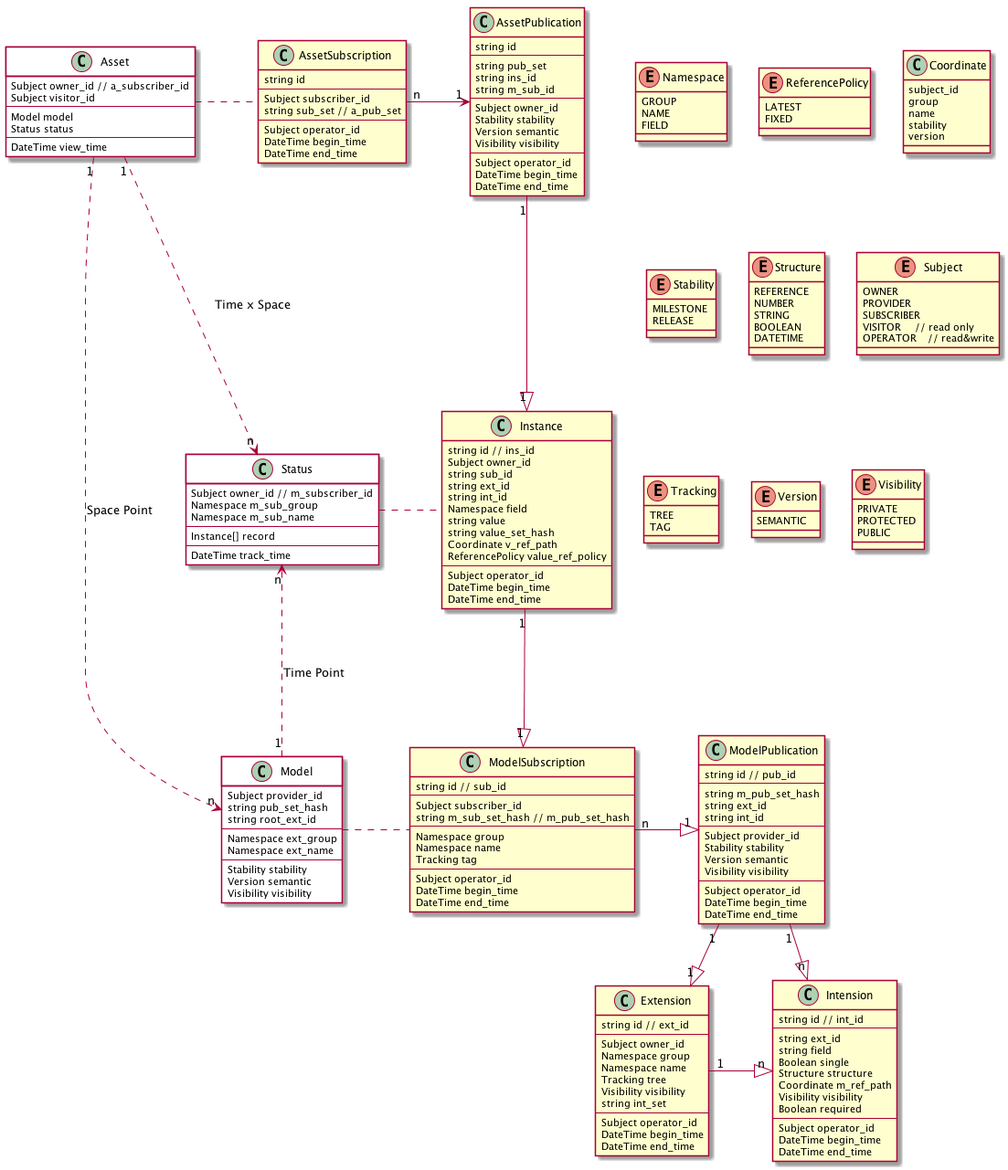
Above: kiimate.png in SINeWang/kiimate (PlantUML), before the change.
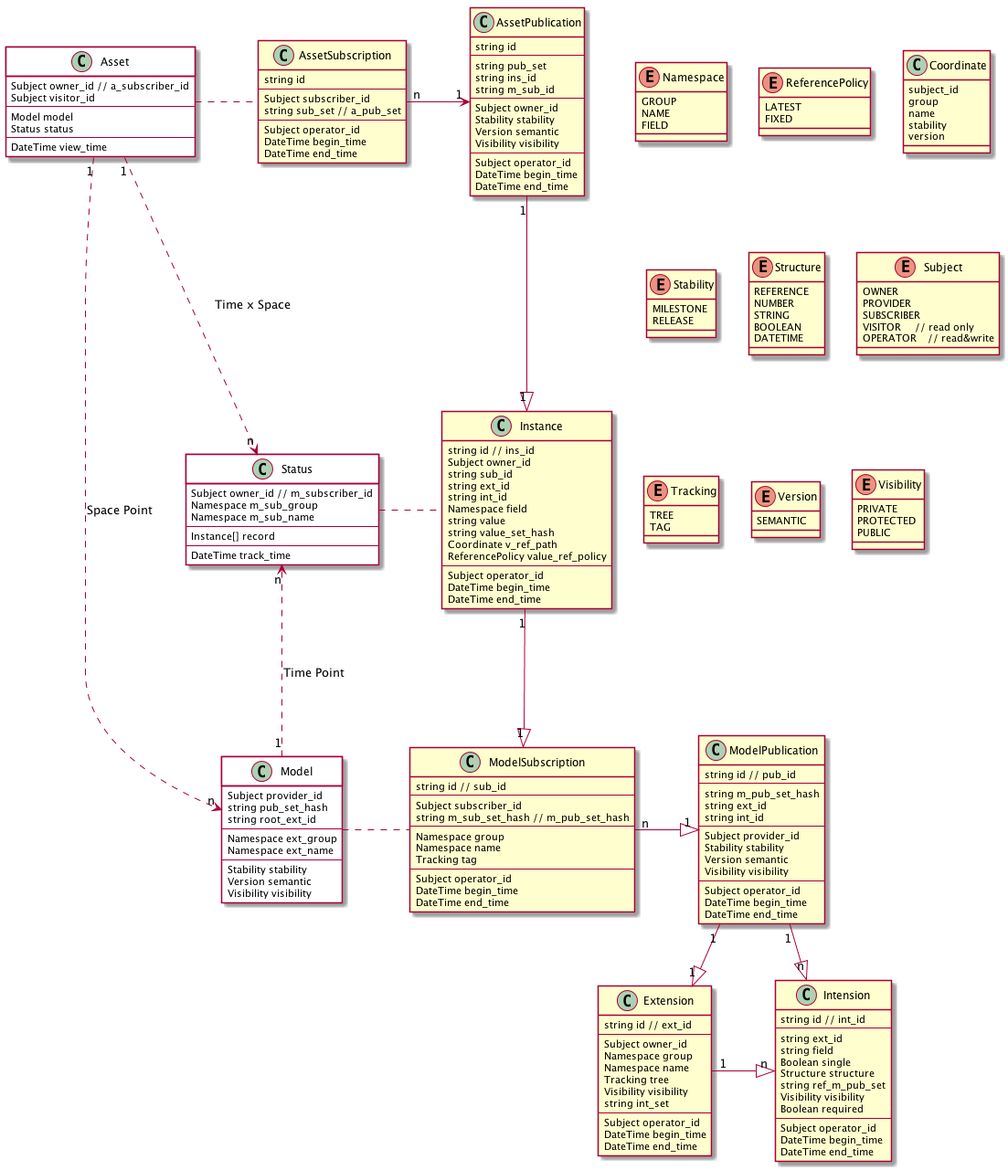
After the commit.

Change to the diagram source:
```diff
@@ -113,7 +113,7 @@
     string field
     Boolean single
     Structure structure
-    Coordinate m_ref_path
+    string ref_m_pub_set
     Visibility visibility
     Boolean required
     ---
```
